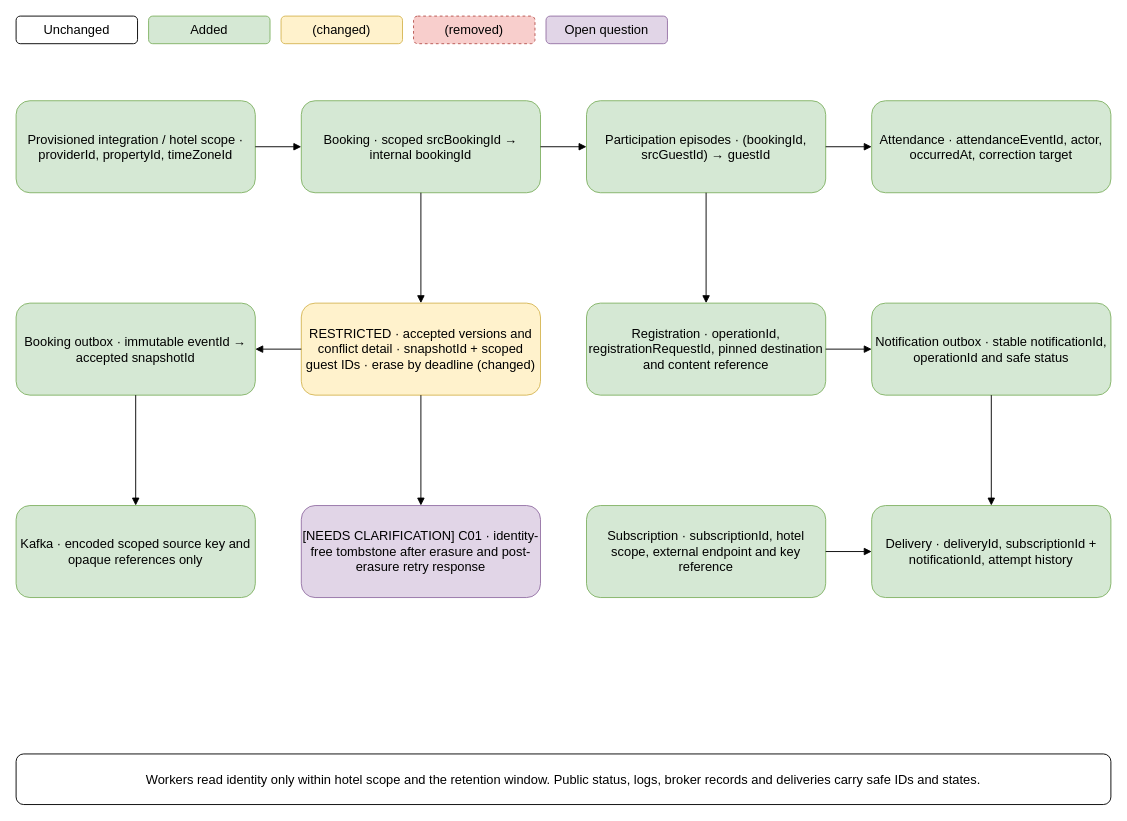
Earlier version of the draw.io diagram page "Ownership, restricted snapshots and effects" (1 of 5) of diagrams/001-booking-contracts/data.drawio (IgnatovichStanislav/checkin-booking). Source tidied: cells renumbered, new cells numbered last; positions are measured from the earlier drawing's top-left corner, leaving out a move shared by most shapes. Both pictures are drawn from the tidied source at 92%, with x=0, y=0 at pixel (16, 16).
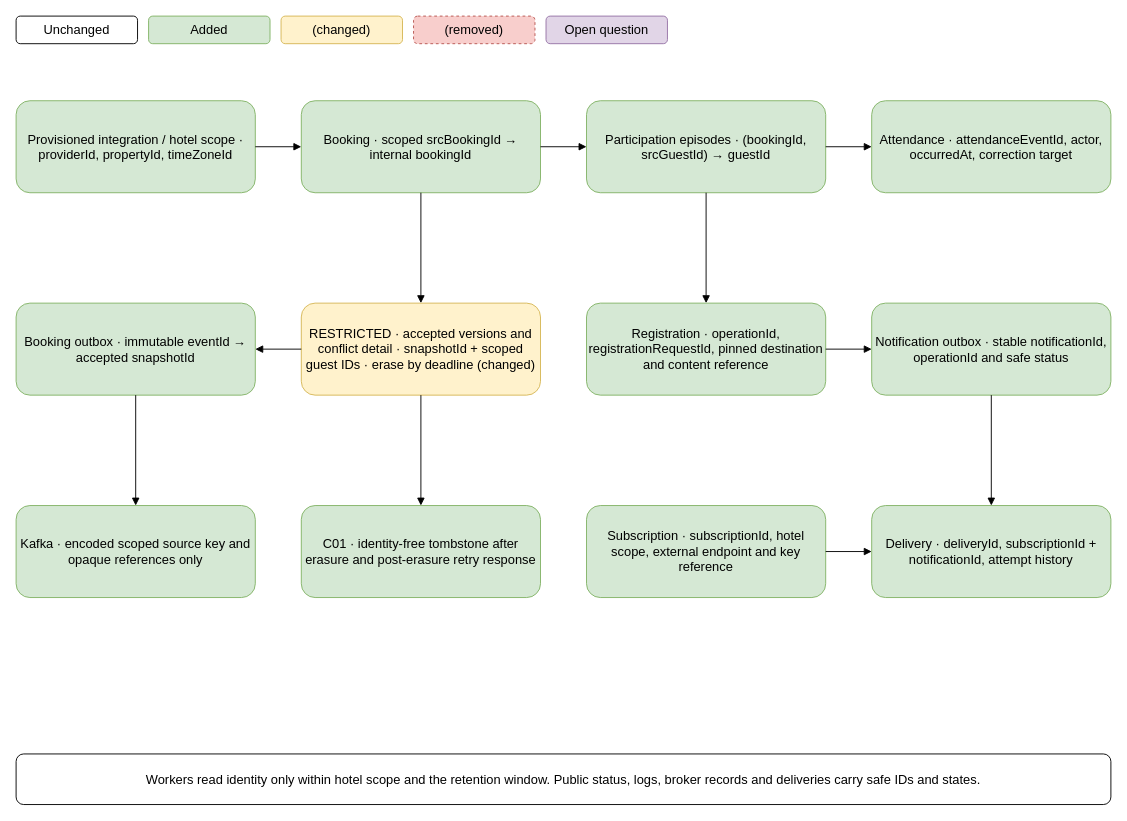
After the change.

Commit message (it also covers changes not shown here):
fix(001): align test formatting and diagram labels

Change to the diagram source:
```diff
@@
-    <mxCell id="16" value="[NEEDS CLARIFICATION] C01 · identity-free tombstone after erasure and post-erasure retry response" style="rounded=1;whiteSpace=wrap;html=0;fontSize=14;fillColor=#e1d5e7;strokeColor=#9673a6;" parent="1" vertex="1">
+    <mxCell id="16" value="C01 · identity-free tombstone after erasure and post-erasure retry response" style="rounded=1;whiteSpace=wrap;html=0;fontSize=14;fillColor=#d5e8d4;strokeColor=#82b366;" parent="1" vertex="1">
       <mxGeometry x="310" y="532" width="260" height="100" as="geometry" />
     </mxCell>
```
